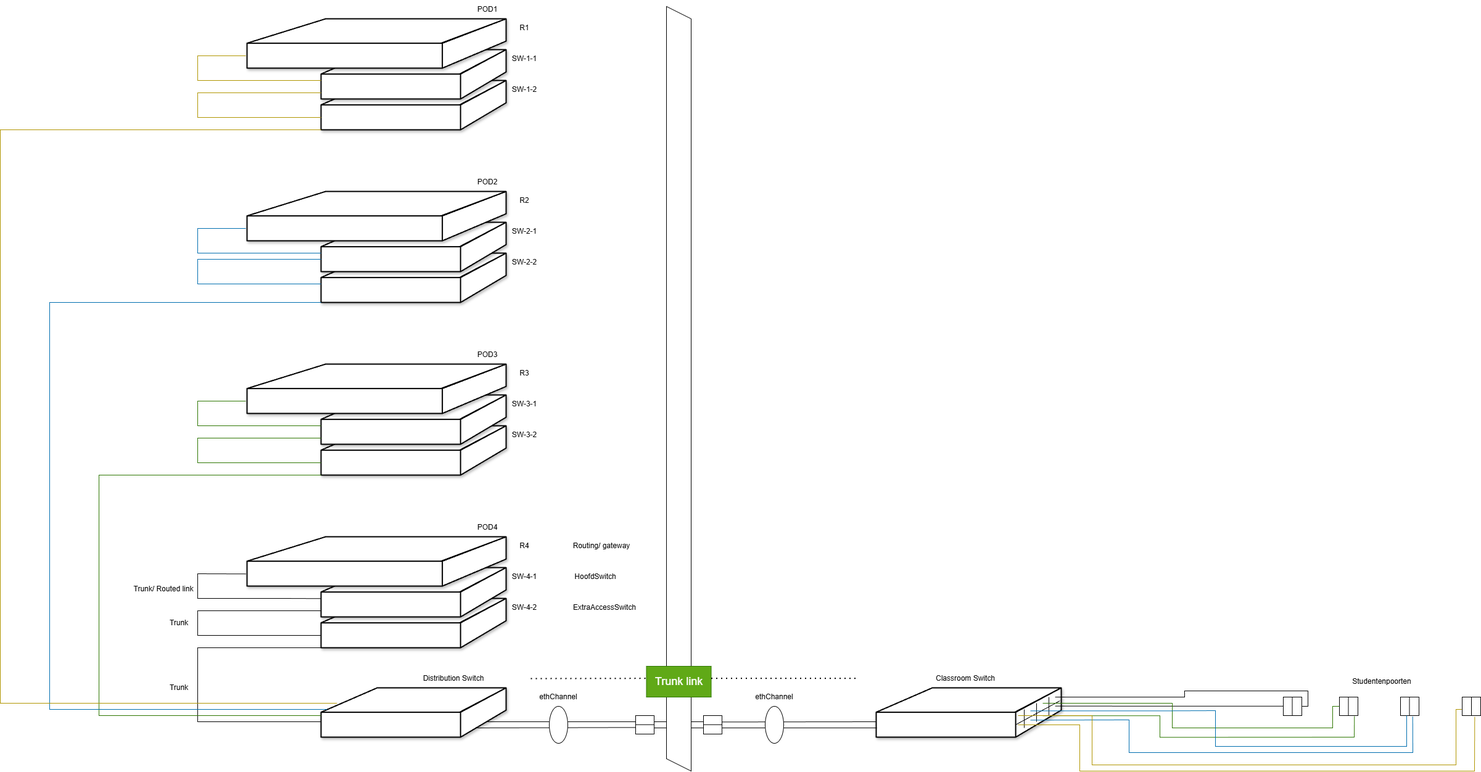
This is docs/diagrams/setup2.png from B-a-r-t-dp/ITProject_Dreamteam1, a draw.io export, as it was before one commit. Source tidied: cells renumbered, new cells last; positions are measured from the earlier drawing's top-left corner, leaving out a move shared by most shapes.
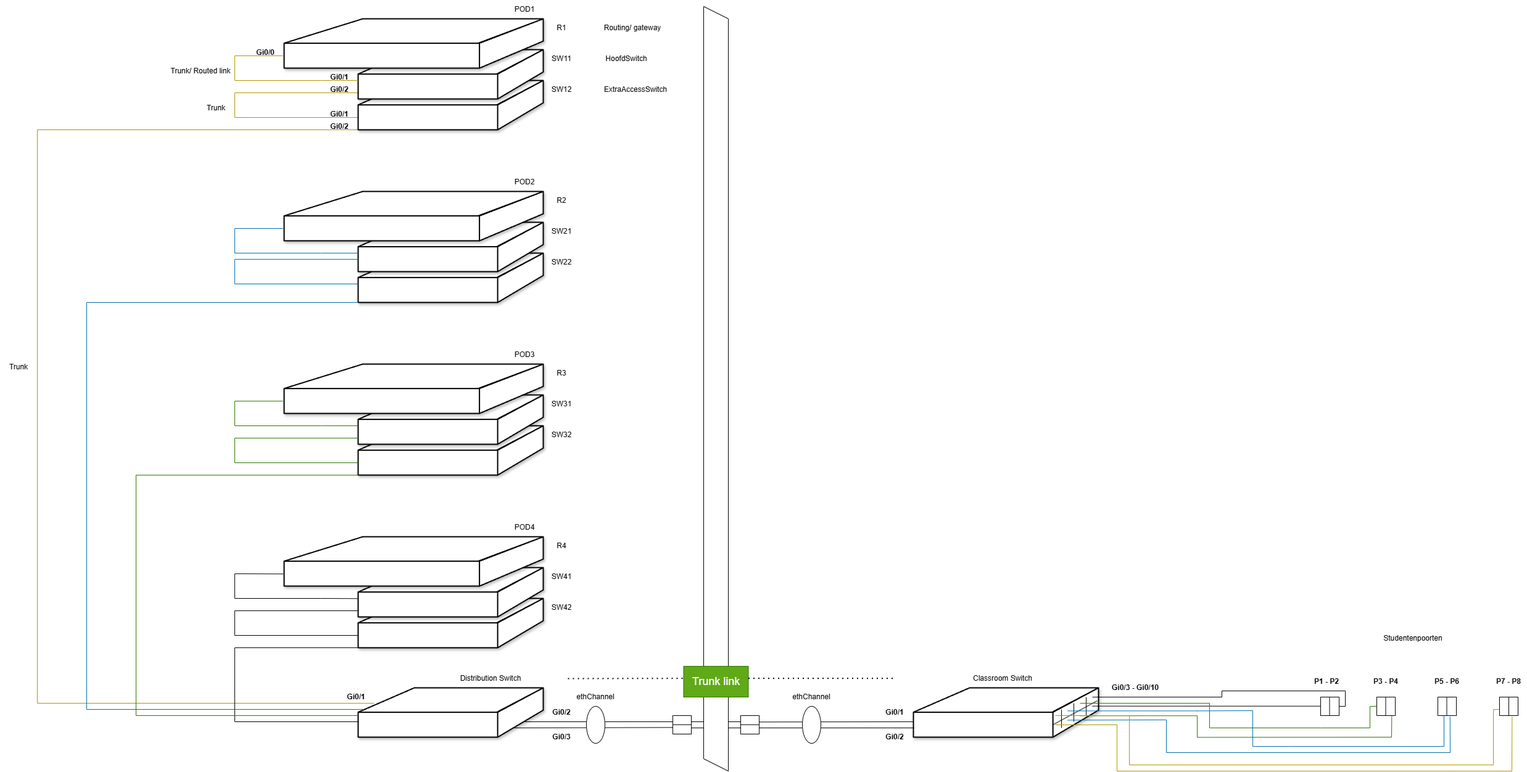
Above is the later version.

Change to the diagram source:
```diff
@@ -2,6 +2,37 @@
   <root>
     <mxCell id="0" />
     <mxCell id="1" parent="0" />
+    <mxCell id="36" style="endArrow=none;html=1;rounded=0;exitX=0.973;exitY=0.347;exitDx=0;exitDy=0;exitPerimeter=0;entryX=-0.011;entryY=0.644;entryDx=0;entryDy=0;entryPerimeter=0;" parent="1" edge="1" target="32">
+      <mxGeometry relative="1" as="geometry">
+        <mxPoint x="770" y="1180" as="sourcePoint" />
+      </mxGeometry>
+    </mxCell>
+    <mxCell id="35" style="endArrow=none;html=1;rounded=0;exitX=0.973;exitY=0.347;exitDx=0;exitDy=0;exitPerimeter=0;" parent="1" edge="1">
+      <mxGeometry relative="1" as="geometry">
+        <mxPoint x="790" y="1170" as="sourcePoint" />
+        <mxPoint x="1030" y="1170" as="targetPoint" />
+      </mxGeometry>
+    </mxCell>
+    <mxCell id="89" style="endArrow=none;html=1;rounded=0;fillColor=#e3c800;strokeColor=#B09500;" parent="1" edge="1">
+      <mxGeometry relative="1" as="geometry">
+        <mxPoint x="546" y="1140" as="sourcePoint" />
+        <mxPoint x="520" y="210" as="targetPoint" />
+        <Array as="points">
+          <mxPoint y="1140" />
+          <mxPoint y="210" />
+        </Array>
+      </mxGeometry>
+    </mxCell>
+    <mxCell id="90" style="endArrow=none;html=1;rounded=0;fillColor=#e3c800;strokeColor=#B09500;" parent="1" edge="1">
+      <mxGeometry relative="1" as="geometry">
+        <mxPoint x="520" y="150" as="sourcePoint" />
+        <mxPoint x="520" y="190" as="targetPoint" />
+        <Array as="points">
+          <mxPoint x="320" y="150" />
+          <mxPoint x="320" y="190" />
+        </Array>
+      </mxGeometry>
+    </mxCell>
     <mxCell id="2" style="shape=parallelogram;perimeter=parallelogramPerimeter;whiteSpace=wrap;html=1;fixedSize=1;direction=south;" parent="1" vertex="1">
       <mxGeometry x="1080" y="10" width="40" height="1240" as="geometry" />
     </mxCell>
@@ -211,17 +242,6 @@
     <mxCell id="34" style="html=1;dashed=0;strokeWidth=2;verticalLabelPosition=bottom;verticalAlign=top;align=center;shape=mxgraph.cisco.switches.workgroup_switch;strokeColor2=none;fillColor=light-dark(#FFFFFF,#808080);gradientColor=none;shadow=1;" parent="1" vertex="1">
       <mxGeometry x="520" y="1115" width="300" height="80" as="geometry" />
     </mxCell>
-    <mxCell id="35" style="endArrow=none;html=1;rounded=0;exitX=0.973;exitY=0.347;exitDx=0;exitDy=0;exitPerimeter=0;" parent="1" edge="1">
-      <mxGeometry relative="1" as="geometry">
-        <mxPoint x="790" y="1170" as="sourcePoint" />
-        <mxPoint x="1030" y="1170" as="targetPoint" />
-      </mxGeometry>
-    </mxCell>
-    <mxCell id="36" style="endArrow=none;html=1;rounded=0;exitX=0.973;exitY=0.347;exitDx=0;exitDy=0;exitPerimeter=0;entryX=-0.011;entryY=0.644;entryDx=0;entryDy=0;entryPerimeter=0;" parent="1" edge="1" target="32">
-      <mxGeometry relative="1" as="geometry">
-        <mxPoint x="770" y="1180" as="sourcePoint" />
-      </mxGeometry>
-    </mxCell>
     <mxCell id="37" style="html=1;dashed=0;strokeWidth=2;verticalLabelPosition=bottom;verticalAlign=top;align=center;shape=mxgraph.cisco.switches.workgroup_switch;strokeColor2=none;fillColor=light-dark(#FFFFFF,#808080);gradientColor=none;shadow=1;" parent="1" vertex="1">
       <mxGeometry x="520" y="970" width="300" height="80" as="geometry" />
     </mxCell>
@@ -291,37 +311,37 @@
     <mxCell id="59" value="R4" style="text;html=1;whiteSpace=wrap;strokeColor=none;fillColor=none;align=center;verticalAlign=middle;rounded=0;" parent="1" vertex="1">
       <mxGeometry x="820" y="870" width="60" height="30" as="geometry" />
     </mxCell>
-    <mxCell id="60" value="SW-4-1" style="text;html=1;whiteSpace=wrap;strokeColor=none;fillColor=none;align=center;verticalAlign=middle;rounded=0;" parent="1" vertex="1">
+    <mxCell id="60" value="SW41" style="text;html=1;whiteSpace=wrap;strokeColor=none;fillColor=none;align=center;verticalAlign=middle;rounded=0;" parent="1" vertex="1">
       <mxGeometry x="820" y="920" width="60" height="30" as="geometry" />
     </mxCell>
-    <mxCell id="61" value="SW-4-2" style="text;html=1;whiteSpace=wrap;strokeColor=none;fillColor=none;align=center;verticalAlign=middle;rounded=0;" parent="1" vertex="1">
+    <mxCell id="61" value="SW42" style="text;html=1;whiteSpace=wrap;strokeColor=none;fillColor=none;align=center;verticalAlign=middle;rounded=0;" parent="1" vertex="1">
       <mxGeometry x="820" y="970" width="60" height="30" as="geometry" />
     </mxCell>
     <mxCell id="62" value="R3" style="text;html=1;whiteSpace=wrap;strokeColor=none;fillColor=none;align=center;verticalAlign=middle;rounded=0;" parent="1" vertex="1">
       <mxGeometry x="820" y="590" width="60" height="30" as="geometry" />
     </mxCell>
-    <mxCell id="63" value="SW-3-1" style="text;html=1;whiteSpace=wrap;strokeColor=none;fillColor=none;align=center;verticalAlign=middle;rounded=0;" parent="1" vertex="1">
+    <mxCell id="63" value="SW31" style="text;html=1;whiteSpace=wrap;strokeColor=none;fillColor=none;align=center;verticalAlign=middle;rounded=0;" parent="1" vertex="1">
       <mxGeometry x="820" y="640" width="60" height="30" as="geometry" />
     </mxCell>
-    <mxCell id="64" value="SW-3-2" style="text;html=1;whiteSpace=wrap;strokeColor=none;fillColor=none;align=center;verticalAlign=middle;rounded=0;" parent="1" vertex="1">
+    <mxCell id="64" value="SW32" style="text;html=1;whiteSpace=wrap;strokeColor=none;fillColor=none;align=center;verticalAlign=middle;rounded=0;" parent="1" vertex="1">
       <mxGeometry x="820" y="690" width="60" height="30" as="geometry" />
     </mxCell>
     <mxCell id="65" value="R2" style="text;html=1;whiteSpace=wrap;strokeColor=none;fillColor=none;align=center;verticalAlign=middle;rounded=0;" parent="1" vertex="1">
       <mxGeometry x="820" y="310" width="60" height="30" as="geometry" />
     </mxCell>
-    <mxCell id="66" value="SW-2-1" style="text;html=1;whiteSpace=wrap;strokeColor=none;fillColor=none;align=center;verticalAlign=middle;rounded=0;" parent="1" vertex="1">
+    <mxCell id="66" value="SW21" style="text;html=1;whiteSpace=wrap;strokeColor=none;fillColor=none;align=center;verticalAlign=middle;rounded=0;" parent="1" vertex="1">
       <mxGeometry x="820" y="360" width="60" height="30" as="geometry" />
     </mxCell>
-    <mxCell id="67" value="SW-2-2" style="text;html=1;whiteSpace=wrap;strokeColor=none;fillColor=none;align=center;verticalAlign=middle;rounded=0;" parent="1" vertex="1">
+    <mxCell id="67" value="SW22" style="text;html=1;whiteSpace=wrap;strokeColor=none;fillColor=none;align=center;verticalAlign=middle;rounded=0;" parent="1" vertex="1">
       <mxGeometry x="820" y="410" width="60" height="30" as="geometry" />
     </mxCell>
     <mxCell id="68" value="R1" style="text;html=1;whiteSpace=wrap;strokeColor=none;fillColor=none;align=center;verticalAlign=middle;rounded=0;" parent="1" vertex="1">
       <mxGeometry x="820" y="30" width="60" height="30" as="geometry" />
     </mxCell>
-    <mxCell id="69" value="SW-1-1" style="text;html=1;whiteSpace=wrap;strokeColor=none;fillColor=none;align=center;verticalAlign=middle;rounded=0;" parent="1" vertex="1">
+    <mxCell id="69" value="SW11" style="text;html=1;whiteSpace=wrap;strokeColor=none;fillColor=none;align=center;verticalAlign=middle;rounded=0;" parent="1" vertex="1">
       <mxGeometry x="820" y="80" width="60" height="30" as="geometry" />
     </mxCell>
-    <mxCell id="70" value="SW-1-2" style="text;html=1;whiteSpace=wrap;strokeColor=none;fillColor=none;align=center;verticalAlign=middle;rounded=0;" parent="1" vertex="1">
+    <mxCell id="70" value="SW12" style="text;html=1;whiteSpace=wrap;strokeColor=none;fillColor=none;align=center;verticalAlign=middle;rounded=0;" parent="1" vertex="1">
       <mxGeometry x="820" y="130" width="60" height="30" as="geometry" />
     </mxCell>
     <mxCell id="71" style="endArrow=none;html=1;rounded=0;" parent="1" edge="1">
@@ -369,22 +389,22 @@
       </mxGeometry>
     </mxCell>
     <mxCell id="77" value="Routing/ gateway" style="text;html=1;whiteSpace=wrap;strokeColor=none;fillColor=none;align=center;verticalAlign=middle;rounded=0;" parent="1" vertex="1">
-      <mxGeometry x="920" y="870" width="110" height="30" as="geometry" />
+      <mxGeometry x="910" y="30" width="110" height="30" as="geometry" />
     </mxCell>
     <mxCell id="78" value="HoofdSwitch" style="text;html=1;whiteSpace=wrap;strokeColor=none;fillColor=none;align=center;verticalAlign=middle;rounded=0;" parent="1" vertex="1">
-      <mxGeometry x="920" y="920" width="90" height="30" as="geometry" />
+      <mxGeometry x="910" y="80" width="90" height="30" as="geometry" />
     </mxCell>
     <mxCell id="79" value="ExtraAccessSwitch" style="text;html=1;whiteSpace=wrap;strokeColor=none;fillColor=none;align=center;verticalAlign=middle;rounded=0;" parent="1" vertex="1">
-      <mxGeometry x="920" y="970" width="120" height="30" as="geometry" />
+      <mxGeometry x="910" y="130" width="120" height="30" as="geometry" />
     </mxCell>
     <mxCell id="80" value="Trunk" style="text;html=1;whiteSpace=wrap;strokeColor=none;fillColor=none;align=center;verticalAlign=middle;rounded=0;" parent="1" vertex="1">
-      <mxGeometry x="260" y="1100" width="60" height="30" as="geometry" />
+      <mxGeometry x="-60" y="580" width="60" height="30" as="geometry" />
     </mxCell>
     <mxCell id="81" value="Trunk" style="text;html=1;whiteSpace=wrap;strokeColor=none;fillColor=none;align=center;verticalAlign=middle;rounded=0;" parent="1" vertex="1">
-      <mxGeometry x="260" y="995" width="60" height="30" as="geometry" />
+      <mxGeometry x="260" y="160" width="60" height="30" as="geometry" />
     </mxCell>
     <mxCell id="82" value="Trunk/ Routed link" style="text;html=1;whiteSpace=wrap;strokeColor=none;fillColor=none;align=center;verticalAlign=middle;rounded=0;" parent="1" vertex="1">
-      <mxGeometry x="210" y="940" width="110" height="30" as="geometry" />
+      <mxGeometry x="210" y="100" width="110" height="30" as="geometry" />
     </mxCell>
     <mxCell id="83" style="endArrow=none;html=1;rounded=0;fillColor=#60a917;strokeColor=#2D7600;" parent="1" edge="1">
       <mxGeometry relative="1" as="geometry">
@@ -448,26 +468,6 @@
         </Array>
       </mxGeometry>
     </mxCell>
-    <mxCell id="89" style="endArrow=none;html=1;rounded=0;fillColor=#e3c800;strokeColor=#B09500;" parent="1" edge="1">
-      <mxGeometry relative="1" as="geometry">
-        <mxPoint x="546" y="1140" as="sourcePoint" />
-        <mxPoint x="520" y="210" as="targetPoint" />
-        <Array as="points">
-          <mxPoint y="1140" />
-          <mxPoint y="210" />
-        </Array>
-      </mxGeometry>
-    </mxCell>
-    <mxCell id="90" style="endArrow=none;html=1;rounded=0;fillColor=#e3c800;strokeColor=#B09500;" parent="1" edge="1">
-      <mxGeometry relative="1" as="geometry">
-        <mxPoint x="520" y="150" as="sourcePoint" />
-        <mxPoint x="520" y="190" as="targetPoint" />
-        <Array as="points">
-          <mxPoint x="320" y="150" />
-          <mxPoint x="320" y="190" />
-        </Array>
-      </mxGeometry>
-    </mxCell>
     <mxCell id="91" style="endArrow=none;html=1;rounded=0;entryX=0;entryY=0.629;entryDx=0;entryDy=0;entryPerimeter=0;exitX=-0.004;exitY=0.754;exitDx=0;exitDy=0;exitPerimeter=0;fillColor=#e3c800;strokeColor=#B09500;" parent="1" edge="1">
       <mxGeometry relative="1" as="geometry">
         <mxPoint x="398" y="90" as="sourcePoint" />
@@ -480,7 +480,52 @@
       </mxGeometry>
     </mxCell>
     <mxCell id="92" value="Studentenpoorten" style="text;html=1;whiteSpace=wrap;strokeColor=none;fillColor=none;align=center;verticalAlign=middle;rounded=0;" parent="1" vertex="1">
-      <mxGeometry x="2160" y="1090" width="160" height="30" as="geometry" />
+      <mxGeometry x="2150" y="1020" width="160" height="30" as="geometry" />
     </mxCell>
+    <mxCell id="93" value="&lt;b&gt;Gi0/1&lt;/b&gt;" style="text;html=1;whiteSpace=wrap;strokeColor=none;fillColor=none;align=center;verticalAlign=middle;rounded=0;" parent="1" vertex="1">
+      <mxGeometry x="460" y="110" width="60" height="30" as="geometry" />
+    </mxCell>
+    <mxCell id="94" value="&lt;b&gt;Gi0/0&lt;/b&gt;" style="text;html=1;whiteSpace=wrap;strokeColor=none;fillColor=none;align=center;verticalAlign=middle;rounded=0;" parent="1" vertex="1">
+      <mxGeometry x="340" y="70" width="60" height="30" as="geometry" />
+    </mxCell>
+    <mxCell id="95" value="&lt;b&gt;Gi0/2&lt;/b&gt;" style="text;html=1;whiteSpace=wrap;strokeColor=none;fillColor=none;align=center;verticalAlign=middle;rounded=0;" parent="1" vertex="1">
+      <mxGeometry x="460" y="130" width="60" height="30" as="geometry" />
+    </mxCell>
+    <mxCell id="96" value="&lt;b&gt;Gi0/1&lt;/b&gt;" style="text;html=1;whiteSpace=wrap;strokeColor=none;fillColor=none;align=center;verticalAlign=middle;rounded=0;" parent="1" vertex="1">
+      <mxGeometry x="460" y="170" width="60" height="30" as="geometry" />
+    </mxCell>
+    <mxCell id="97" value="&lt;b&gt;Gi0/2&lt;/b&gt;" style="text;html=1;whiteSpace=wrap;strokeColor=none;fillColor=none;align=center;verticalAlign=middle;rounded=0;" parent="1" vertex="1">
+      <mxGeometry x="460" y="190" width="60" height="30" as="geometry" />
+    </mxCell>
+    <mxCell id="98" value="&lt;b&gt;Gi0/1&lt;/b&gt;" style="text;html=1;whiteSpace=wrap;strokeColor=none;fillColor=none;align=center;verticalAlign=middle;rounded=0;" parent="1" vertex="1">
+      <mxGeometry x="487" y="1115" width="60" height="30" as="geometry" />
+    </mxCell>
+    <mxCell id="99" value="&lt;b&gt;Gi0/2&lt;/b&gt;" style="text;html=1;whiteSpace=wrap;strokeColor=none;fillColor=none;align=center;verticalAlign=middle;rounded=0;" parent="1" vertex="1">
+      <mxGeometry x="820" y="1140" width="60" height="30" as="geometry" />
+    </mxCell>
+    <mxCell id="100" value="&lt;b&gt;Gi0/3&lt;/b&gt;" style="text;html=1;whiteSpace=wrap;strokeColor=none;fillColor=none;align=center;verticalAlign=middle;rounded=0;" parent="1" vertex="1">
+      <mxGeometry x="820" y="1180" width="60" height="30" as="geometry" />
+    </mxCell>
+    <mxCell id="101" value="&lt;b&gt;Gi0/2&lt;/b&gt;" style="text;html=1;whiteSpace=wrap;strokeColor=none;fillColor=none;align=center;verticalAlign=middle;rounded=0;" parent="1" vertex="1">
+      <mxGeometry x="1360" y="1180" width="60" height="30" as="geometry" />
+    </mxCell>
+    <mxCell id="102" value="&lt;b&gt;Gi0/1&lt;/b&gt;" style="text;html=1;whiteSpace=wrap;strokeColor=none;fillColor=none;align=center;verticalAlign=middle;rounded=0;" parent="1" vertex="1">
+      <mxGeometry x="1360" y="1140" width="60" height="30" as="geometry" />
+    </mxCell>
+    <mxCell id="103" value="&lt;b&gt;Gi0/3 - Gi0/10&lt;/b&gt;" style="text;html=1;whiteSpace=wrap;strokeColor=none;fillColor=none;align=center;verticalAlign=middle;rounded=0;rotation=0;labelBackgroundColor=none;" parent="1" vertex="1">
+      <mxGeometry x="1720" y="1100" width="120" height="30" as="geometry" />
+    </mxCell>
+    <mxCell id="104" value="&lt;b&gt;P1 - P2&lt;/b&gt;" style="text;html=1;whiteSpace=wrap;strokeColor=none;fillColor=none;align=center;verticalAlign=middle;rounded=0;" parent="1" vertex="1">
+      <mxGeometry x="2060" y="1090" width="60" height="30" as="geometry" />
+    </mxCell>
+    <mxCell id="105" value="&lt;b&gt;P3 - P4&lt;/b&gt;" style="text;html=1;whiteSpace=wrap;strokeColor=none;fillColor=none;align=center;verticalAlign=middle;rounded=0;" parent="1" vertex="1">
+      <mxGeometry x="2156" y="1090" width="60" height="30" as="geometry" />
+    </mxCell>
+    <mxCell id="106" value="&lt;b&gt;P5 - P6&lt;/b&gt;" style="text;html=1;whiteSpace=wrap;strokeColor=none;fillColor=none;align=center;verticalAlign=middle;rounded=0;" parent="1" vertex="1">
+      <mxGeometry x="2255" y="1090" width="60" height="30" as="geometry" />
+    </mxCell>
+    <mxCell id="107" value="&lt;b&gt;P7 - P8&lt;/b&gt;" style="text;html=1;whiteSpace=wrap;strokeColor=none;fillColor=none;align=center;verticalAlign=middle;rounded=0;" parent="1" vertex="1">
+      <mxGeometry x="2355" y="1090" width="60" height="30" as="geometry" />
+    </mxCell>
   </root>
 </mxGraphModel>
```
